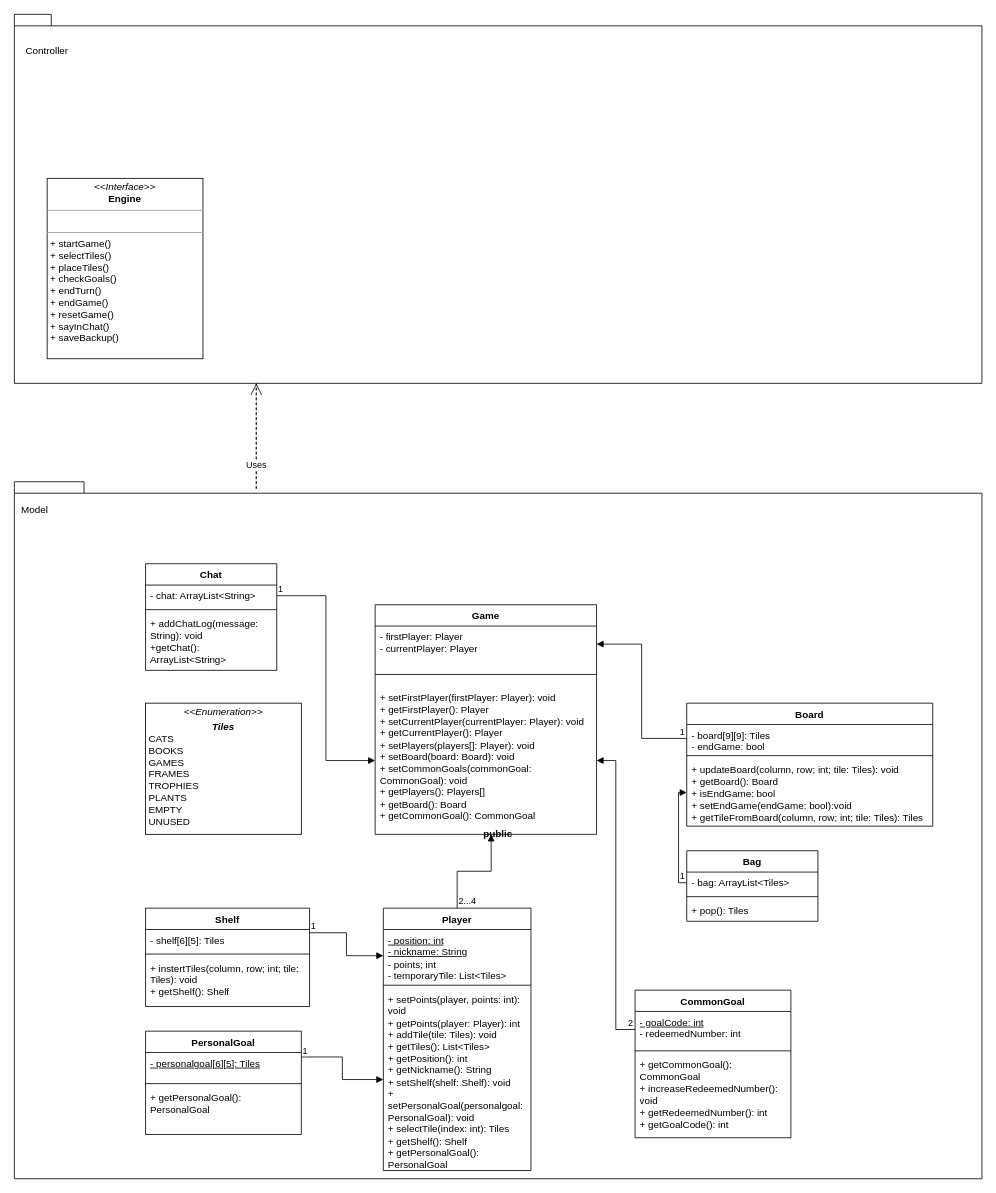
Before: UMLs/InitialUML.drawio in Luisi-Parsani-Simoncini-Zanardi/ing-sw-2023-luisi-parsani-simoncini-zanardi, a draw.io diagram. Source tidied: cells renumbered, new cells numbered last; positions are measured from the earlier drawing's top-left corner, leaving out a move shared by most shapes. Both pictures are drawn from the tidied source at 82%, with x=0, y=0 at pixel (14, 14).
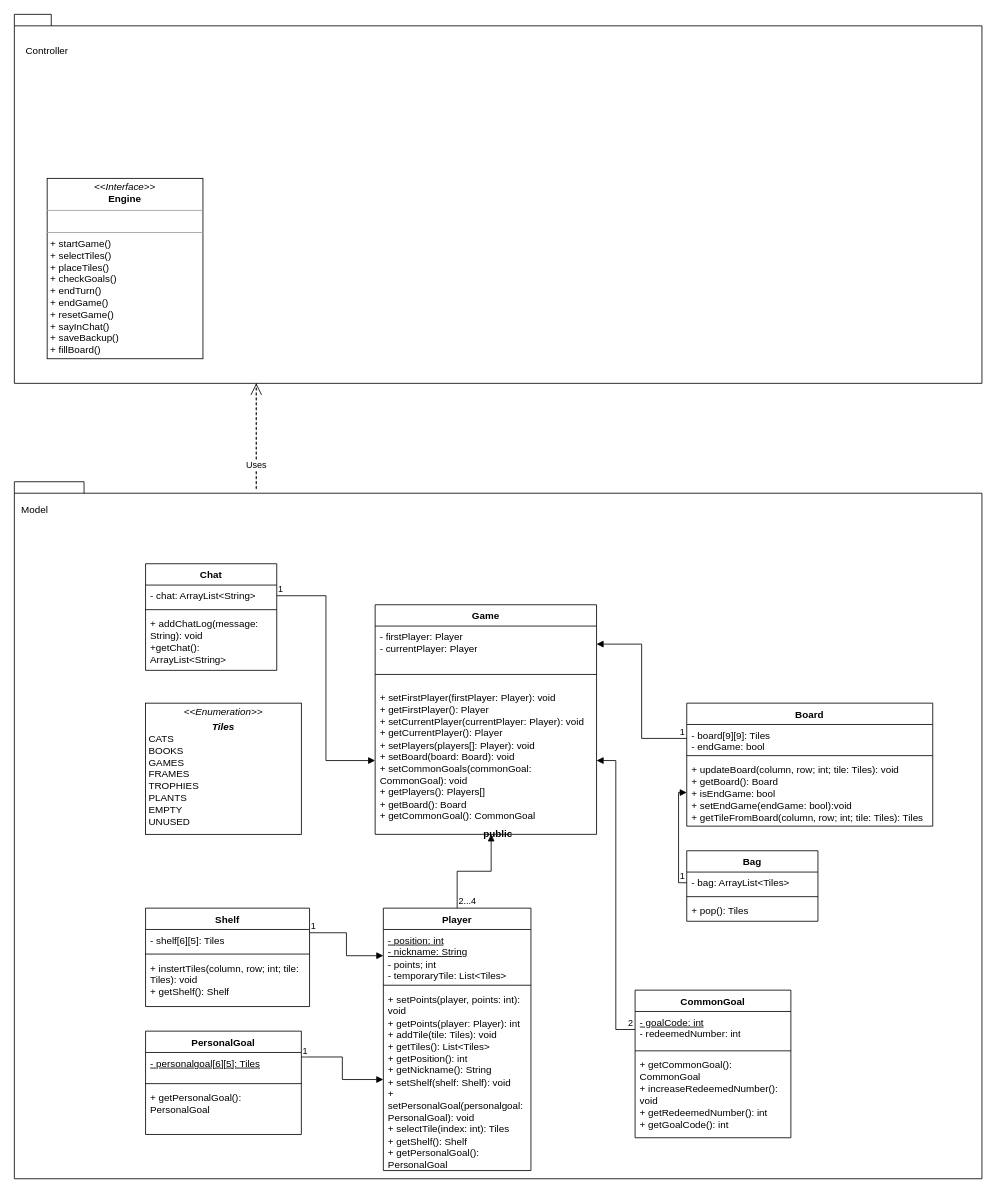
Above is the later version.

What changed in the source:
```diff
@@
-    <mxCell id="54" value="&lt;p style=&quot;margin:0px;margin-top:4px;text-align:center;&quot;&gt;&lt;i&gt;&amp;lt;&amp;lt;Interface&amp;gt;&amp;gt;&lt;/i&gt;&lt;br&gt;&lt;b&gt;Engine&lt;/b&gt;&lt;/p&gt;&lt;hr size=&quot;1&quot;&gt;&lt;p style=&quot;margin:0px;margin-left:4px;&quot;&gt;&lt;br&gt;&lt;/p&gt;&lt;hr size=&quot;1&quot;&gt;&lt;p style=&quot;margin:0px;margin-left:4px;&quot;&gt;+ startGame()&lt;/p&gt;&lt;p style=&quot;margin:0px;margin-left:4px;&quot;&gt;+ selectTiles()&lt;/p&gt;&lt;p style=&quot;margin:0px;margin-left:4px;&quot;&gt;+ placeTiles()&lt;/p&gt;&lt;p style=&quot;margin:0px;margin-left:4px;&quot;&gt;+ checkGoals()&lt;/p&gt;&lt;p style=&quot;margin:0px;margin-left:4px;&quot;&gt;+ endTurn()&lt;/p&gt;&lt;p style=&quot;margin:0px;margin-left:4px;&quot;&gt;+ endGame()&lt;/p&gt;&lt;p style=&quot;margin:0px;margin-left:4px;&quot;&gt;+ resetGame()&lt;/p&gt;&lt;p style=&quot;margin:0px;margin-left:4px;&quot;&gt;+ sayInChat()&lt;/p&gt;&lt;p style=&quot;margin:0px;margin-left:4px;&quot;&gt;+ saveBackup()&lt;/p&gt;" style="verticalAlign=top;align=left;overflow=fill;fontSize=12;fontFamily=Helvetica;html=1;whiteSpace=wrap;fillColor=none;" parent="1" vertex="1">
+    <mxCell id="54" value="&lt;p style=&quot;margin:0px;margin-top:4px;text-align:center;&quot;&gt;&lt;i&gt;&amp;lt;&amp;lt;Interface&amp;gt;&amp;gt;&lt;/i&gt;&lt;br&gt;&lt;b&gt;Engine&lt;/b&gt;&lt;/p&gt;&lt;hr size=&quot;1&quot;&gt;&lt;p style=&quot;margin:0px;margin-left:4px;&quot;&gt;&lt;br&gt;&lt;/p&gt;&lt;hr size=&quot;1&quot;&gt;&lt;p style=&quot;margin:0px;margin-left:4px;&quot;&gt;+ startGame()&lt;/p&gt;&lt;p style=&quot;margin:0px;margin-left:4px;&quot;&gt;+ selectTiles()&lt;/p&gt;&lt;p style=&quot;margin:0px;margin-left:4px;&quot;&gt;+ placeTiles()&lt;/p&gt;&lt;p style=&quot;margin:0px;margin-left:4px;&quot;&gt;+ checkGoals()&lt;/p&gt;&lt;p style=&quot;margin:0px;margin-left:4px;&quot;&gt;+ endTurn()&lt;/p&gt;&lt;p style=&quot;margin:0px;margin-left:4px;&quot;&gt;+ endGame()&lt;/p&gt;&lt;p style=&quot;margin:0px;margin-left:4px;&quot;&gt;+ resetGame()&lt;/p&gt;&lt;p style=&quot;margin:0px;margin-left:4px;&quot;&gt;+ sayInChat()&lt;/p&gt;&lt;p style=&quot;margin:0px;margin-left:4px;&quot;&gt;+ saveBackup()&lt;/p&gt;&lt;p style=&quot;margin:0px;margin-left:4px;&quot;&gt;+ fillBoard()&lt;/p&gt;" style="verticalAlign=top;align=left;overflow=fill;fontSize=12;fontFamily=Helvetica;html=1;whiteSpace=wrap;fillColor=none;" parent="1" vertex="1">
       <mxGeometry x="40" y="200" width="190" height="220" as="geometry" />
     </mxCell>
```
